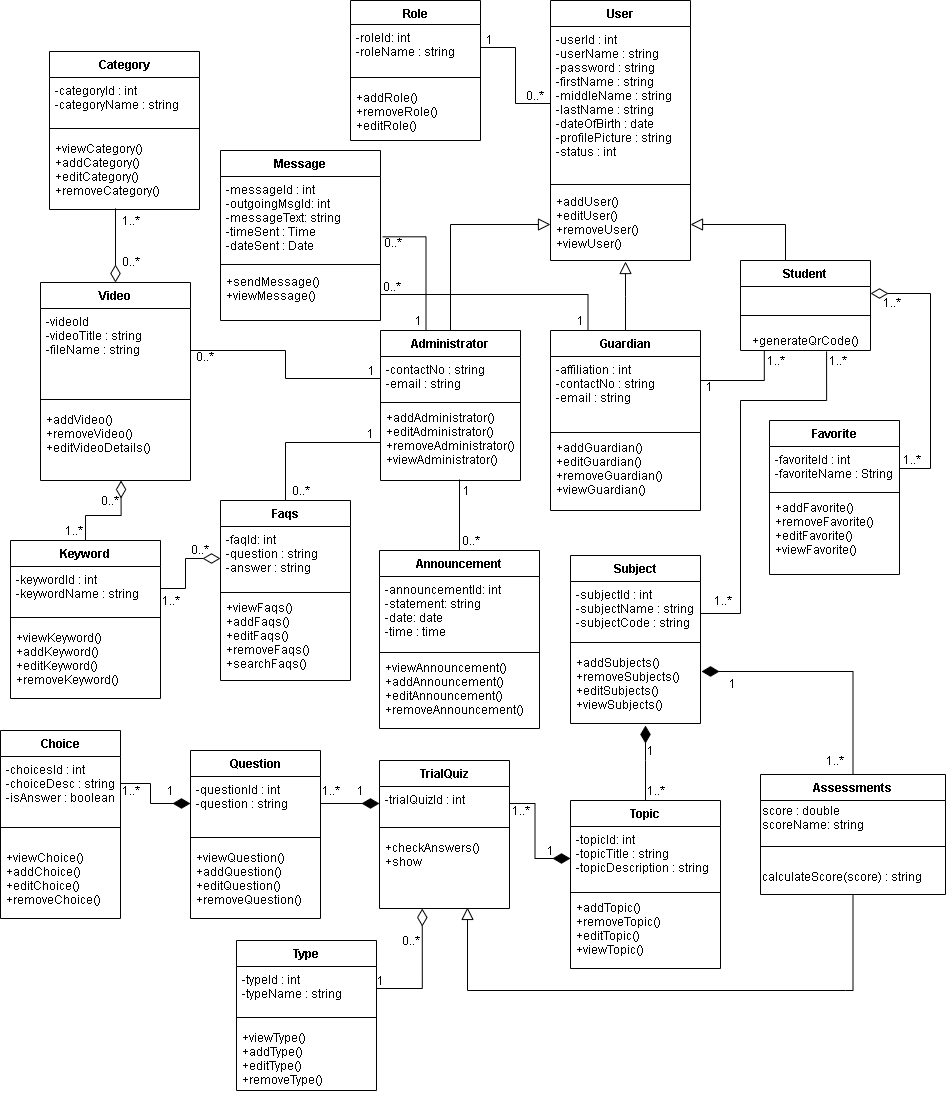
Before: REVISIONS/UML-DIAGRAMS/6-9-2021/CLASS DIAGRAM/CLASS DIAGRAM.png, a diagram exported from draw.io (mrklglsn/CAPSTONE-FILES). Source tidied: cells renumbered, new cells last; positions are measured from the earlier drawing's top-left corner, leaving out a move shared by most shapes.
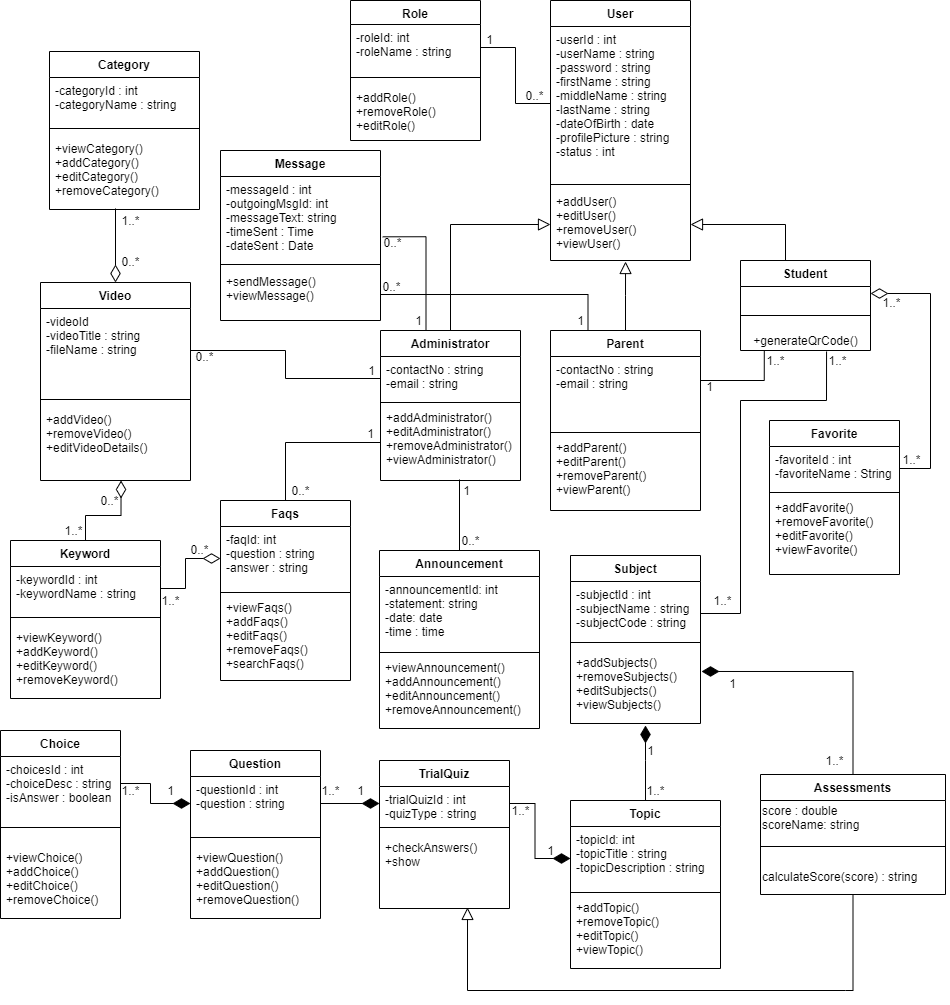
The same file after the commit.

Diff of the diagram source:
```diff
@@ -69,7 +69,7 @@
     <mxCell id="22" value="TrialQuiz" style="swimlane;fontStyle=1;align=center;verticalAlign=top;horizontal=1;startSize=26;" parent="1" vertex="1">
       <mxGeometry x="379" y="760" width="130" height="148" as="geometry" />
     </mxCell>
-    <mxCell id="23" value="-trialQuizId : int&#10;" style="text;strokeColor=none;fillColor=none;align=left;verticalAlign=top;spacingLeft=4;spacingRight=4;overflow=hidden;points=[[0,0.5],[1,0.5]];portConstraint=eastwest;" parent="22" vertex="1">
+    <mxCell id="23" value="-trialQuizId : int&#10;-quizType : string" style="text;strokeColor=none;fillColor=none;align=left;verticalAlign=top;spacingLeft=4;spacingRight=4;overflow=hidden;points=[[0,0.5],[1,0.5]];portConstraint=eastwest;" parent="22" vertex="1">
       <mxGeometry y="26" width="130" height="34" as="geometry" />
     </mxCell>
     <mxCell id="24" style="line;strokeWidth=1;fillColor=none;align=left;verticalAlign=middle;spacingTop=-1;spacingLeft=3;spacingRight=3;labelPosition=right;" parent="22" vertex="1">
@@ -203,16 +203,16 @@
     <mxCell id="62" style="edgeStyle=orthogonalEdgeStyle;rounded=0;jettySize=auto;html=1;exitX=0.25;exitY=0;exitDx=0;exitDy=0;entryX=1;entryY=0.5;entryDx=0;entryDy=0;endArrow=none;endFill=0;endSize=11;" parent="1" edge="1" source="63" target="70">
       <mxGeometry relative="1" as="geometry" />
     </mxCell>
-    <mxCell id="63" value="Guardian" style="swimlane;fontStyle=1;align=center;verticalAlign=top;horizontal=1;startSize=26;" parent="1" vertex="1">
+    <mxCell id="63" value="Parent" style="swimlane;fontStyle=1;align=center;verticalAlign=top;horizontal=1;startSize=26;" parent="1" vertex="1">
       <mxGeometry x="550" y="330" width="150" height="180" as="geometry" />
     </mxCell>
-    <mxCell id="64" value="-affiliation : int&#10;-contactNo : string&#10;-email : string" style="text;strokeColor=none;fillColor=none;align=left;verticalAlign=top;spacingLeft=4;spacingRight=4;overflow=hidden;points=[[0,0.5],[1,0.5]];portConstraint=eastwest;glass=0;" parent="63" vertex="1">
+    <mxCell id="64" value="-contactNo : string&#10;-email : string" style="text;strokeColor=none;fillColor=none;align=left;verticalAlign=top;spacingLeft=4;spacingRight=4;overflow=hidden;points=[[0,0.5],[1,0.5]];portConstraint=eastwest;glass=0;" parent="63" vertex="1">
       <mxGeometry y="26" width="150" height="74" as="geometry" />
     </mxCell>
     <mxCell id="65" style="line;strokeWidth=1;fillColor=none;align=left;verticalAlign=middle;spacingTop=-1;spacingLeft=3;spacingRight=3;labelPosition=right;" parent="63" vertex="1">
       <mxGeometry y="100" width="150" height="4" as="geometry" />
     </mxCell>
-    <mxCell id="66" value="+addGuardian()&#10;+editGuardian()&#10;+removeGuardian()&#10;+viewGuardian()" style="text;strokeColor=none;fillColor=none;align=left;verticalAlign=top;spacingLeft=4;spacingRight=4;overflow=hidden;glass=0;" parent="63" vertex="1">
+    <mxCell id="66" value="+addParent()&#10;+editParent()&#10;+removeParent()&#10;+viewParent()" style="text;strokeColor=none;fillColor=none;align=left;verticalAlign=top;spacingLeft=4;spacingRight=4;overflow=hidden;glass=0;" parent="63" vertex="1">
       <mxGeometry y="104" width="150" height="76" as="geometry" />
     </mxCell>
     <mxCell id="67" value="Message" style="swimlane;fontStyle=1;align=center;verticalAlign=top;horizontal=1;startSize=26;" parent="1" vertex="1">
@@ -254,18 +254,6 @@
     <mxCell id="79" value="+viewKeyword()&#10;+addKeyword()&#10;+editKeyword()&#10;+removeKeyword()" style="text;strokeColor=none;fillColor=none;align=left;verticalAlign=top;spacingLeft=4;spacingRight=4;overflow=hidden;" parent="76" vertex="1">
       <mxGeometry y="84" width="150" height="74" as="geometry" />
     </mxCell>
-    <mxCell id="80" value="Type" style="swimlane;fontStyle=1;align=center;verticalAlign=top;horizontal=1;startSize=26;" parent="1" vertex="1">
-      <mxGeometry x="236" y="940" width="140" height="150" as="geometry" />
-    </mxCell>
-    <mxCell id="81" value="-typeId : int&#10;-typeName : string" style="text;strokeColor=none;fillColor=none;align=left;verticalAlign=top;spacingLeft=4;spacingRight=4;overflow=hidden;points=[[0,0.5],[1,0.5]];portConstraint=eastwest;" parent="80" vertex="1">
-      <mxGeometry y="26" width="140" height="44" as="geometry" />
-    </mxCell>
-    <mxCell id="82" style="line;strokeWidth=1;fillColor=none;align=left;verticalAlign=middle;spacingTop=-1;spacingLeft=3;spacingRight=3;labelPosition=right;" parent="80" vertex="1">
-      <mxGeometry y="70" width="140" height="14" as="geometry" />
-    </mxCell>
-    <mxCell id="83" value="+viewType()&#10;+addType()&#10;+editType()&#10;+removeType()" style="text;strokeColor=none;fillColor=none;align=left;verticalAlign=top;spacingLeft=4;spacingRight=4;overflow=hidden;" parent="80" vertex="1">
-      <mxGeometry y="84" width="140" height="66" as="geometry" />
-    </mxCell>
     <mxCell id="84" style="edgeStyle=orthogonalEdgeStyle;rounded=0;jettySize=auto;html=1;exitX=0;exitY=0.5;exitDx=0;exitDy=0;endArrow=none;endFill=0;endSize=8;" parent="1" edge="1" source="5" target="59">
       <mxGeometry relative="1" as="geometry" />
     </mxCell>
@@ -381,9 +369,6 @@
     <mxCell id="116" style="edgeStyle=orthogonalEdgeStyle;rounded=0;jettySize=auto;html=1;exitX=1;exitY=0.5;exitDx=0;exitDy=0;endArrow=diamondThin;endFill=1;endSize=15;" parent="1" edge="1" source="37" target="112">
       <mxGeometry relative="1" as="geometry" />
     </mxCell>
-    <mxCell id="117" style="edgeStyle=orthogonalEdgeStyle;rounded=0;jettySize=auto;html=1;exitX=1;exitY=0.5;exitDx=0;exitDy=0;entryX=0.329;entryY=1;entryDx=0;entryDy=0;entryPerimeter=0;endArrow=diamondThin;endFill=0;endSize=15;" parent="1" edge="1" source="81" target="25">
-      <mxGeometry relative="1" as="geometry" />
-    </mxCell>
     <mxCell id="118" value="1" style="text;html=1;align=center;verticalAlign=middle;strokeColor=none;" parent="1" vertex="1">
       <mxGeometry x="350" y="780" width="20" height="20" as="geometry" />
     </mxCell>
@@ -396,12 +381,6 @@
     <mxCell id="121" value="1" style="text;html=1;align=center;verticalAlign=middle;strokeColor=none;" parent="1" vertex="1">
       <mxGeometry x="160" y="780" width="20" height="20" as="geometry" />
     </mxCell>
-    <mxCell id="122" value="1" style="text;html=1;align=center;verticalAlign=middle;strokeColor=none;" parent="1" vertex="1">
-      <mxGeometry x="370" y="970" width="20" height="20" as="geometry" />
-    </mxCell>
-    <mxCell id="123" value="0..*" style="text;html=1;align=center;verticalAlign=middle;strokeColor=none;" parent="1" vertex="1">
-      <mxGeometry x="395" y="930" width="30" height="20" as="geometry" />
-    </mxCell>
     <mxCell id="124" value="1..*" style="text;html=1;align=center;verticalAlign=middle;strokeColor=none;" parent="1" vertex="1">
       <mxGeometry x="115" y="210" width="30" height="20" as="geometry" />
     </mxCell>
```
